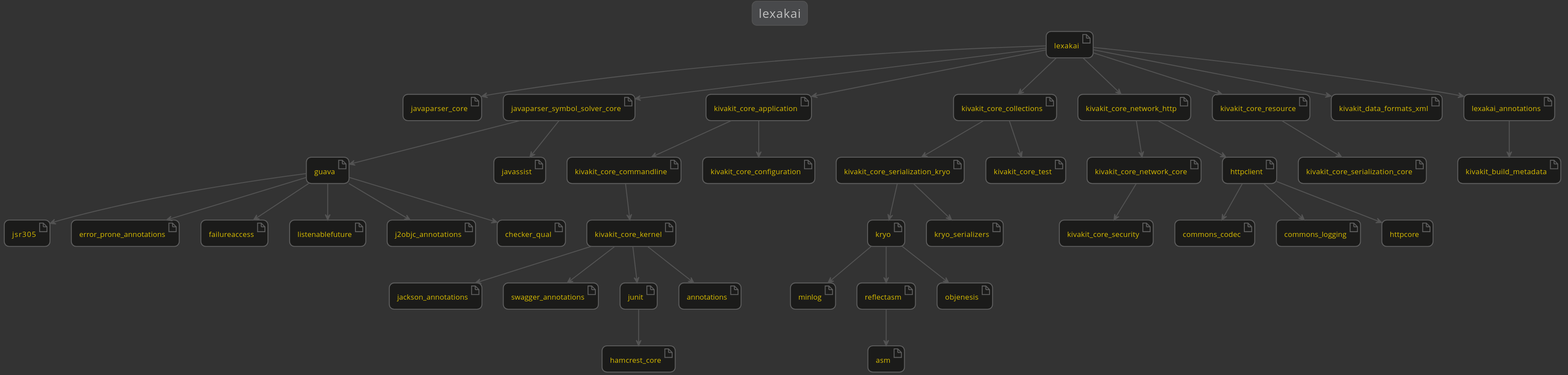
The PlantUML diagram docs/lexakai/lexakai/documentation/diagrams/dependencies.svg in Telenav/lexakai-assets, before a commit.
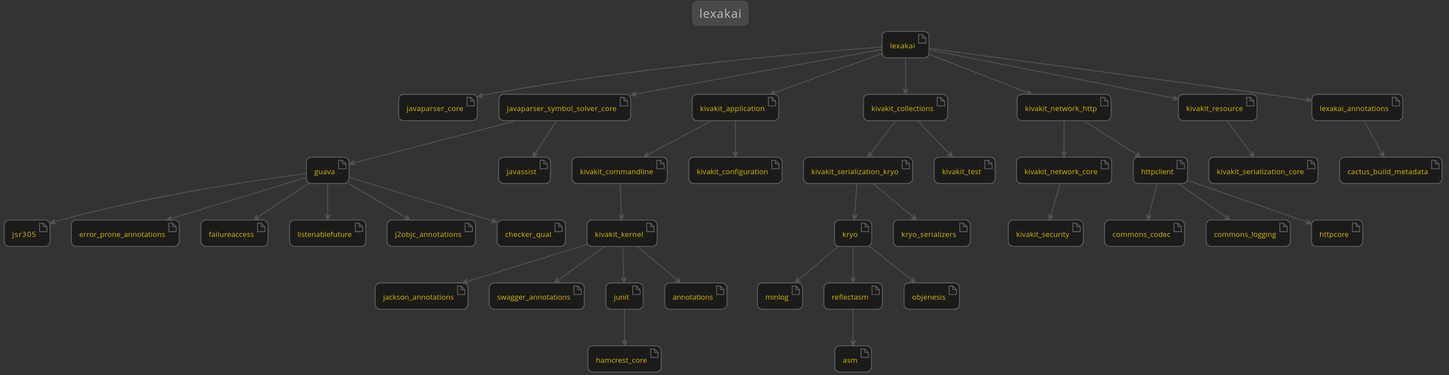
Later version of the same file.

The edit, as a diff of the source:
```diff
@@ -16,20 +16,19 @@
     artifact guava
     artifact listenablefuture
     artifact j2objc_annotations
-    artifact kivakit_build_metadata
-    artifact kivakit_core_application
-    artifact kivakit_core_collections
-    artifact kivakit_core_commandline
-    artifact kivakit_core_configuration
-    artifact kivakit_core_kernel
-    artifact kivakit_core_network_core
-    artifact kivakit_core_network_http
-    artifact kivakit_core_resource
-    artifact kivakit_core_security
-    artifact kivakit_core_serialization_core
-    artifact kivakit_core_serialization_kryo
-    artifact kivakit_core_test
-    artifact kivakit_data_formats_xml
+    artifact cactus_build_metadata
+    artifact kivakit_application
+    artifact kivakit_collections
+    artifact kivakit_commandline
+    artifact kivakit_configuration
+    artifact kivakit_kernel
+    artifact kivakit_network_core
+    artifact kivakit_network_http
+    artifact kivakit_resource
+    artifact kivakit_security
+    artifact kivakit_serialization_core
+    artifact kivakit_serialization_kryo
+    artifact kivakit_test
     artifact lexakai_annotations
     artifact lexakai
     artifact commons_codec
@@ -57,33 +56,32 @@
     javaparser_symbol_solver_core --> guava
     javaparser_symbol_solver_core --> javassist
     junit --> hamcrest_core
-    kivakit_core_application --> kivakit_core_commandline
-    kivakit_core_application --> kivakit_core_configuration
-    kivakit_core_collections --> kivakit_core_serialization_kryo
-    kivakit_core_collections --> kivakit_core_test
-    kivakit_core_commandline --> kivakit_core_kernel
-    kivakit_core_kernel --> annotations
-    kivakit_core_kernel --> jackson_annotations
-    kivakit_core_kernel --> junit
-    kivakit_core_kernel --> swagger_annotations
-    kivakit_core_network_core --> kivakit_core_security
-    kivakit_core_network_http --> httpclient
-    kivakit_core_network_http --> kivakit_core_network_core
-    kivakit_core_resource --> kivakit_core_serialization_core
-    kivakit_core_serialization_kryo --> kryo
-    kivakit_core_serialization_kryo --> kryo_serializers
+    kivakit_application --> kivakit_commandline
+    kivakit_application --> kivakit_configuration
+    kivakit_collections --> kivakit_serialization_kryo
+    kivakit_collections --> kivakit_test
+    kivakit_commandline --> kivakit_kernel
+    kivakit_kernel --> annotations
+    kivakit_kernel --> jackson_annotations
+    kivakit_kernel --> junit
+    kivakit_kernel --> swagger_annotations
+    kivakit_network_core --> kivakit_security
+    kivakit_network_http --> httpclient
+    kivakit_network_http --> kivakit_network_core
+    kivakit_resource --> kivakit_serialization_core
+    kivakit_serialization_kryo --> kryo
+    kivakit_serialization_kryo --> kryo_serializers
     kryo --> minlog
     kryo --> objenesis
     kryo --> reflectasm
     lexakai --> javaparser_core
     lexakai --> javaparser_symbol_solver_core
-    lexakai --> kivakit_core_application
-    lexakai --> kivakit_core_collections
-    lexakai --> kivakit_core_network_http
-    lexakai --> kivakit_core_resource
-    lexakai --> kivakit_data_formats_xml
+    lexakai --> kivakit_application
+    lexakai --> kivakit_collections
+    lexakai --> kivakit_network_http
+    lexakai --> kivakit_resource
     lexakai --> lexakai_annotations
-    lexakai_annotations --> kivakit_build_metadata
+    lexakai_annotations --> cactus_build_metadata
     reflectasm --> asm
 
 @enduml
```
